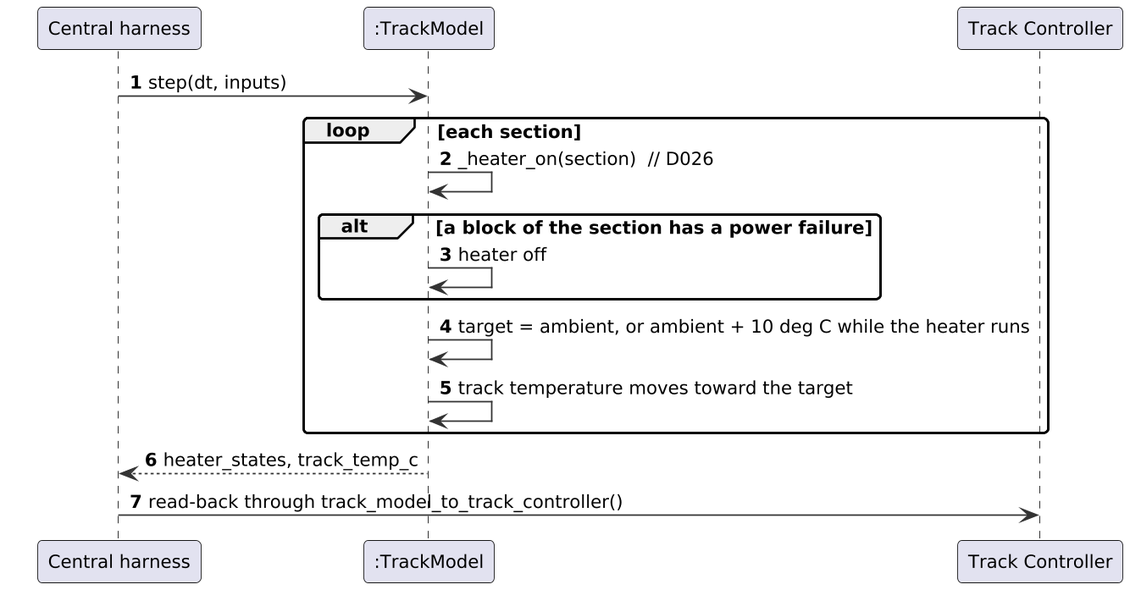
The PlantUML diagram documents/uml/track_model/sd13_heaters.png in Landiss04/Track-Overflow, before a commit.
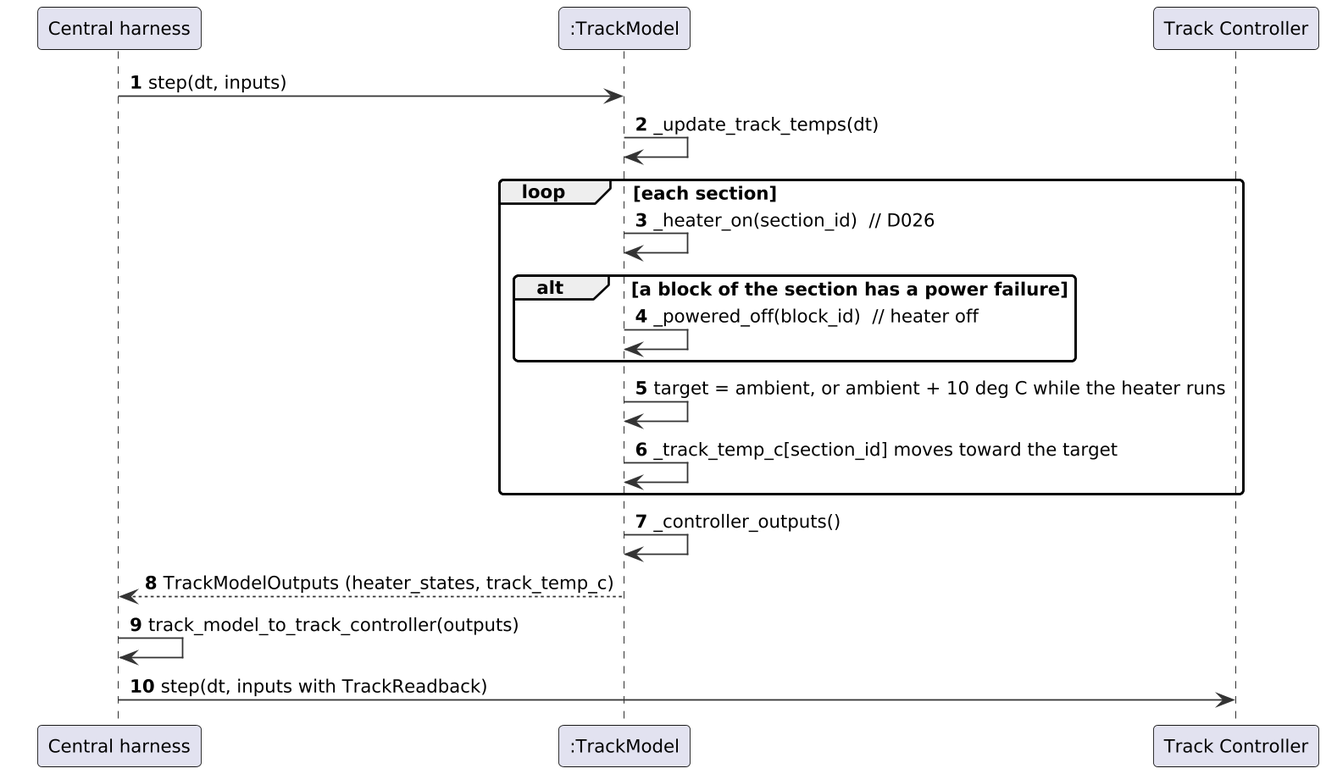
The same file after the commit.

The edit, as a diff of the source:
```diff
@@ -13,14 +13,17 @@
 participant ":TrackModel" as TM
 participant "Track Controller" as TC
 H -> TM : step(dt, inputs)
+TM -> TM : _update_track_temps(dt)
 loop each section
-  TM -> TM : _heater_on(section)  // D026
+  TM -> TM : _heater_on(section_id)  // D026
   alt a block of the section has a power failure
-    TM -> TM : heater off
+    TM -> TM : _powered_off(block_id)  // heater off
   end
   TM -> TM : target = ambient, or ambient + 10 deg C while the heater runs
-  TM -> TM : track temperature moves toward the target
+  TM -> TM : _track_temp_c[section_id] moves toward the target
 end
-TM --> H : heater_states, track_temp_c
-H -> TC : read-back through track_model_to_track_controller()
+TM -> TM : _controller_outputs()
+TM --> H : TrackModelOutputs (heater_states, track_temp_c)
+H -> H : track_model_to_track_controller(outputs)
+H -> TC : step(dt, inputs with TrackReadback)
 @enduml
```
